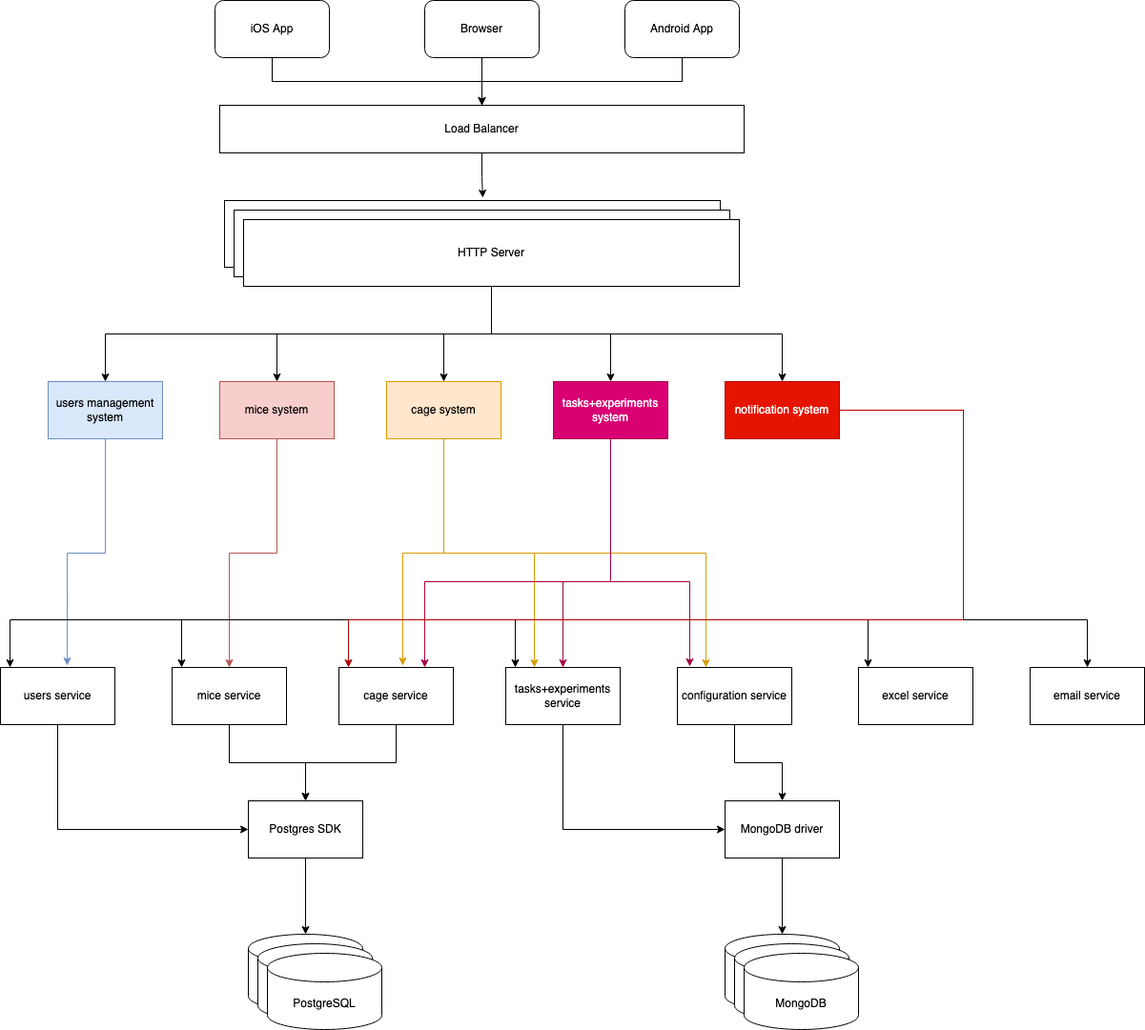
Earlier version of the draw.io export algo/Untitled Diagram.drawio.png (nathanusask/backend-studies). Source tidied: cells renumbered, new cells last; positions are measured from the earlier drawing's top-left corner, leaving out a move shared by most shapes.
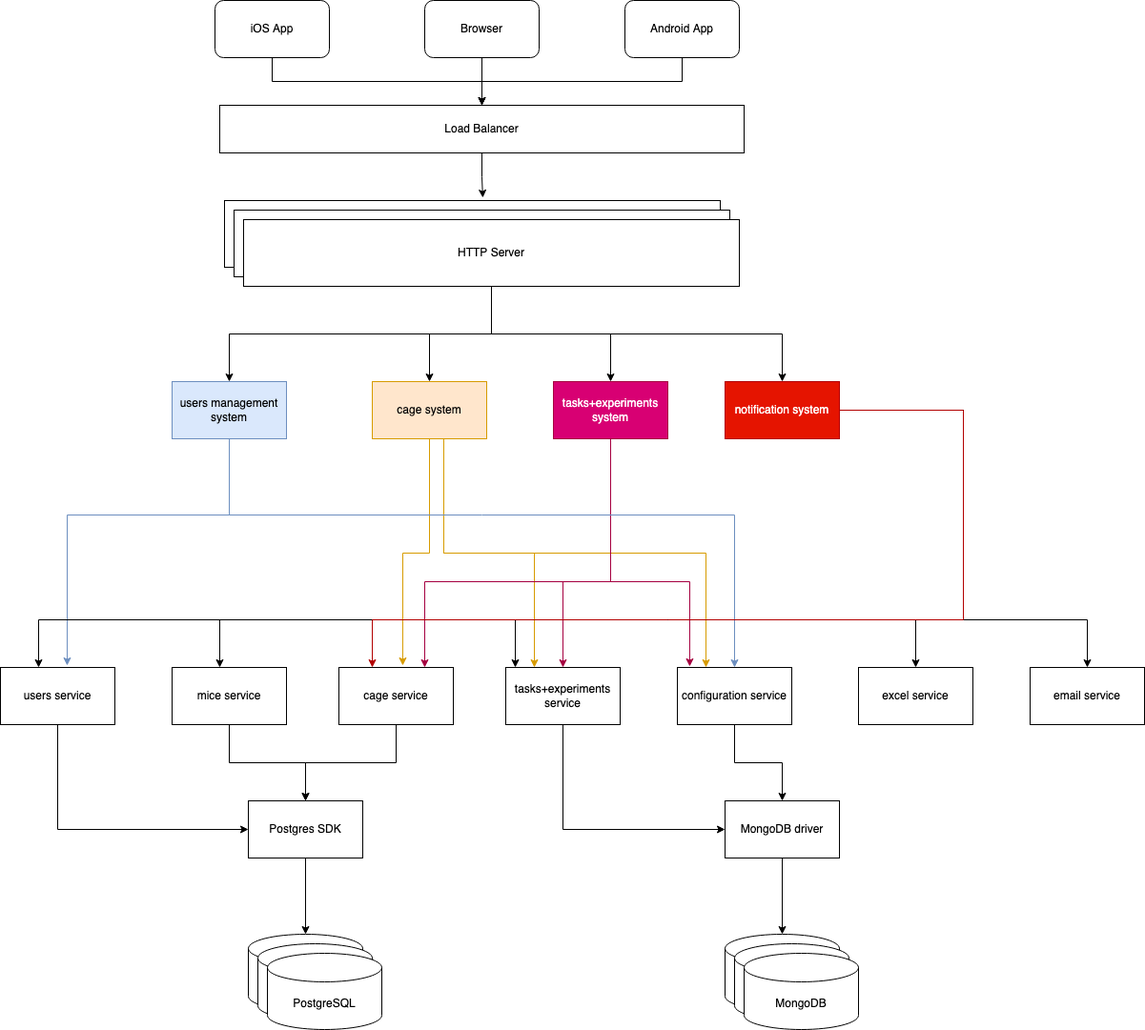
The same file after the commit.

What changed in the source:
```diff
@@ -80,12 +80,6 @@
     <mxCell id="27" value="MongoDB driver" style="rounded=0;whiteSpace=wrap;html=1;" parent="21" vertex="1">
       <mxGeometry width="120" height="60" as="geometry" />
     </mxCell>
-    <mxCell id="28" style="edgeStyle=orthogonalEdgeStyle;rounded=0;jettySize=auto;html=1;entryX=0.5;entryY=0;entryDx=0;entryDy=0;strokeColor=#b85450;fillColor=#f8cecc;" parent="1" edge="1" source="29" target="48">
-      <mxGeometry relative="1" as="geometry" />
-    </mxCell>
-    <mxCell id="29" value="mice system" style="rounded=0;whiteSpace=wrap;html=1;fillColor=#f8cecc;strokeColor=#b85450;" parent="1" vertex="1">
-      <mxGeometry x="230" y="400" width="120" height="60" as="geometry" />
-    </mxCell>
     <mxCell id="30" style="edgeStyle=orthogonalEdgeStyle;rounded=0;jettySize=auto;html=1;entryX=0.558;entryY=-0.033;entryDx=0;entryDy=0;entryPerimeter=0;strokeColor=#d79b00;fillColor=#ffe6cc;" parent="1" edge="1" source="33" target="50">
       <mxGeometry relative="1" as="geometry" />
     </mxCell>
@@ -106,7 +100,7 @@
       </mxGeometry>
     </mxCell>
     <mxCell id="33" value="cage system" style="rounded=0;whiteSpace=wrap;html=1;fillColor=#ffe6cc;strokeColor=#d79b00;" parent="1" vertex="1">
-      <mxGeometry x="405" y="400" width="120" height="60" as="geometry" />
+      <mxGeometry x="390" y="400" width="120" height="60" as="geometry" />
     </mxCell>
     <mxCell id="34" style="edgeStyle=orthogonalEdgeStyle;rounded=0;jettySize=auto;html=1;entryX=0.5;entryY=0;entryDx=0;entryDy=0;strokeColor=#A50040;fillColor=#d80073;" parent="1" edge="1" source="37" target="52">
       <mxGeometry relative="1" as="geometry">
@@ -136,24 +130,39 @@
       <mxGeometry x="580" y="400" width="120" height="60" as="geometry" />
     </mxCell>
     <mxCell id="38" style="edgeStyle=orthogonalEdgeStyle;rounded=0;jettySize=auto;html=1;entryX=0.583;entryY=-0.033;entryDx=0;entryDy=0;entryPerimeter=0;strokeColor=#6c8ebf;fillColor=#dae8fc;" parent="1" edge="1" source="39" target="56">
-      <mxGeometry relative="1" as="geometry" />
+      <mxGeometry relative="1" as="geometry">
+        <Array as="points">
+          <mxPoint x="240" y="540" />
+          <mxPoint x="70" y="540" />
+        </Array>
+      </mxGeometry>
     </mxCell>
+    <mxCell id="64" style="edgeStyle=orthogonalEdgeStyle;rounded=0;jettySize=auto;html=1;entryX=0.5;entryY=0;entryDx=0;entryDy=0;strokeColor=#6c8ebf;fillColor=#dae8fc;" parent="1" edge="1" source="39" target="54">
+      <mxGeometry relative="1" as="geometry">
+        <Array as="points">
+          <mxPoint x="240" y="540" />
+          <mxPoint x="770" y="540" />
+        </Array>
+      </mxGeometry>
+    </mxCell>
     <mxCell id="39" value="users management system" style="rounded=0;whiteSpace=wrap;html=1;fillColor=#dae8fc;strokeColor=#6c8ebf;" parent="1" vertex="1">
-      <mxGeometry x="50" y="400" width="120" height="60" as="geometry" />
+      <mxGeometry x="180" y="400" width="120" height="60" as="geometry" />
     </mxCell>
     <mxCell id="40" style="edgeStyle=orthogonalEdgeStyle;rounded=0;jettySize=auto;html=1;" parent="1" edge="1" source="46" target="56">
       <mxGeometry relative="1" as="geometry">
         <Array as="points">
+          <mxPoint x="1010" y="430" />
           <mxPoint x="1010" y="650" />
-          <mxPoint x="10" y="650" />
+          <mxPoint x="40" y="650" />
         </Array>
       </mxGeometry>
     </mxCell>
     <mxCell id="41" style="edgeStyle=orthogonalEdgeStyle;rounded=0;jettySize=auto;html=1;" parent="1" edge="1" source="46" target="48">
       <mxGeometry relative="1" as="geometry">
         <Array as="points">
+          <mxPoint x="1010" y="430" />
           <mxPoint x="1010" y="650" />
-          <mxPoint x="190" y="650" />
+          <mxPoint x="230" y="650" />
         </Array>
       </mxGeometry>
     </mxCell>
@@ -168,8 +177,9 @@
     <mxCell id="43" style="edgeStyle=orthogonalEdgeStyle;rounded=0;jettySize=auto;html=1;" parent="1" edge="1" source="46" target="57">
       <mxGeometry relative="1" as="geometry">
         <Array as="points">
+          <mxPoint x="1010" y="430" />
           <mxPoint x="1010" y="650" />
-          <mxPoint x="910" y="650" />
+          <mxPoint x="960" y="650" />
         </Array>
       </mxGeometry>
     </mxCell>
@@ -184,8 +194,9 @@
     <mxCell id="45" style="edgeStyle=orthogonalEdgeStyle;rounded=0;jettySize=auto;html=1;fillColor=#e51400;strokeColor=#B20000;" parent="1" edge="1" source="46" target="50">
       <mxGeometry relative="1" as="geometry">
         <Array as="points">
+          <mxPoint x="1010" y="430" />
           <mxPoint x="1010" y="650" />
-          <mxPoint x="365" y="650" />
+          <mxPoint x="390" y="650" />
         </Array>
       </mxGeometry>
     </mxCell>
@@ -240,18 +251,15 @@
       <mxGeometry relative="1" as="geometry">
         <Array as="points">
           <mxPoint x="515" y="350" />
-          <mxPoint x="110" y="350" />
+          <mxPoint x="240" y="350" />
         </Array>
       </mxGeometry>
     </mxCell>
-    <mxCell id="60" style="edgeStyle=orthogonalEdgeStyle;rounded=0;jettySize=auto;html=1;entryX=0.5;entryY=0;entryDx=0;entryDy=0;" parent="1" edge="1" source="11" target="29">
-      <mxGeometry relative="1" as="geometry" />
-    </mxCell>
     <mxCell id="61" style="edgeStyle=orthogonalEdgeStyle;rounded=0;jettySize=auto;html=1;entryX=0.5;entryY=0;entryDx=0;entryDy=0;" parent="1" edge="1" source="11" target="33">
       <mxGeometry relative="1" as="geometry">
         <Array as="points">
           <mxPoint x="515" y="350" />
-          <mxPoint x="465" y="350" />
+          <mxPoint x="450" y="350" />
         </Array>
       </mxGeometry>
     </mxCell>
```
